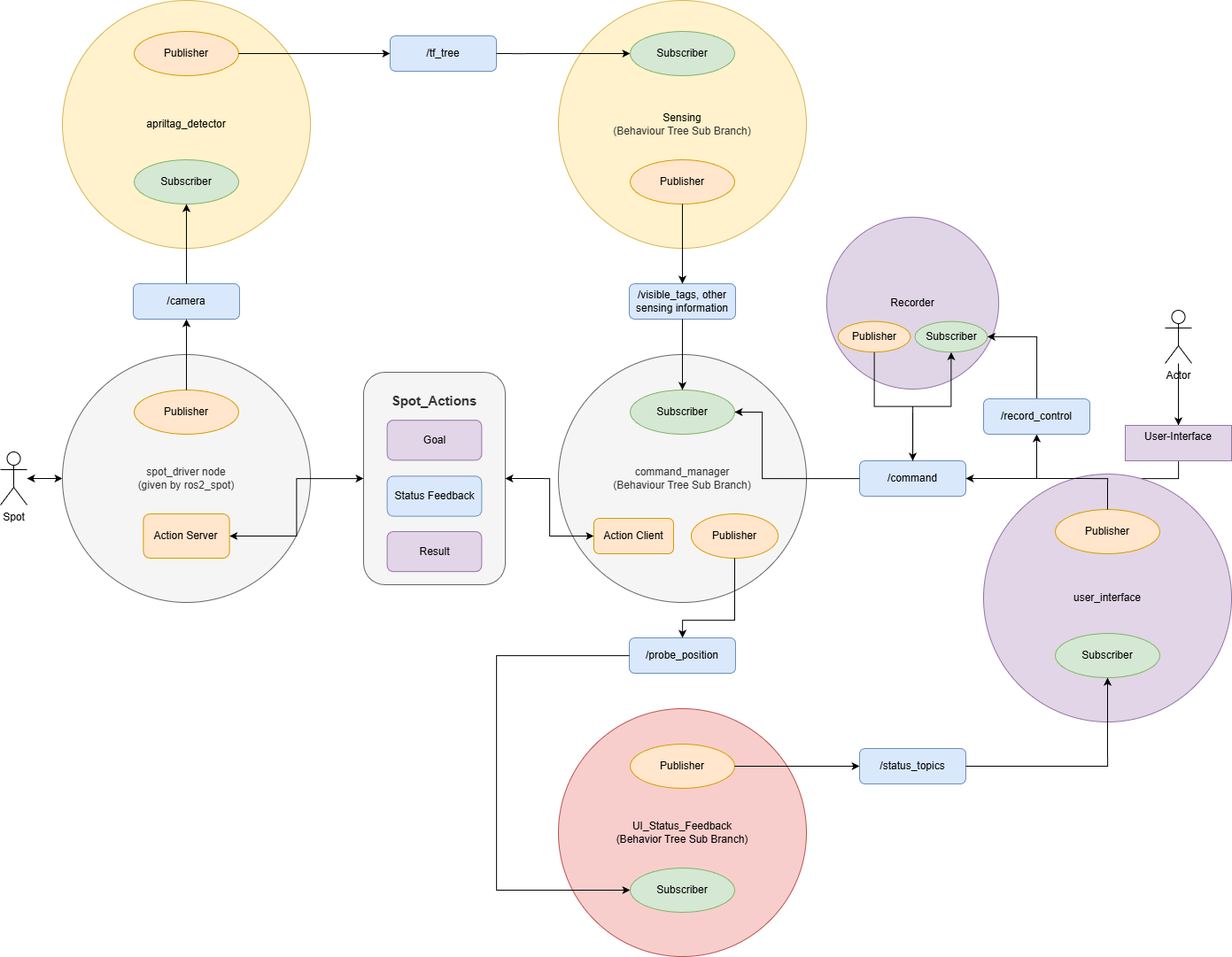
Before: documentation/images/System_Design/general_architecture.png, a diagram exported from draw.io (heini208/fault_detector_spot). Source tidied: cells renumbered, new cells last; positions are measured from the earlier drawing's top-left corner, leaving out a move shared by most shapes.
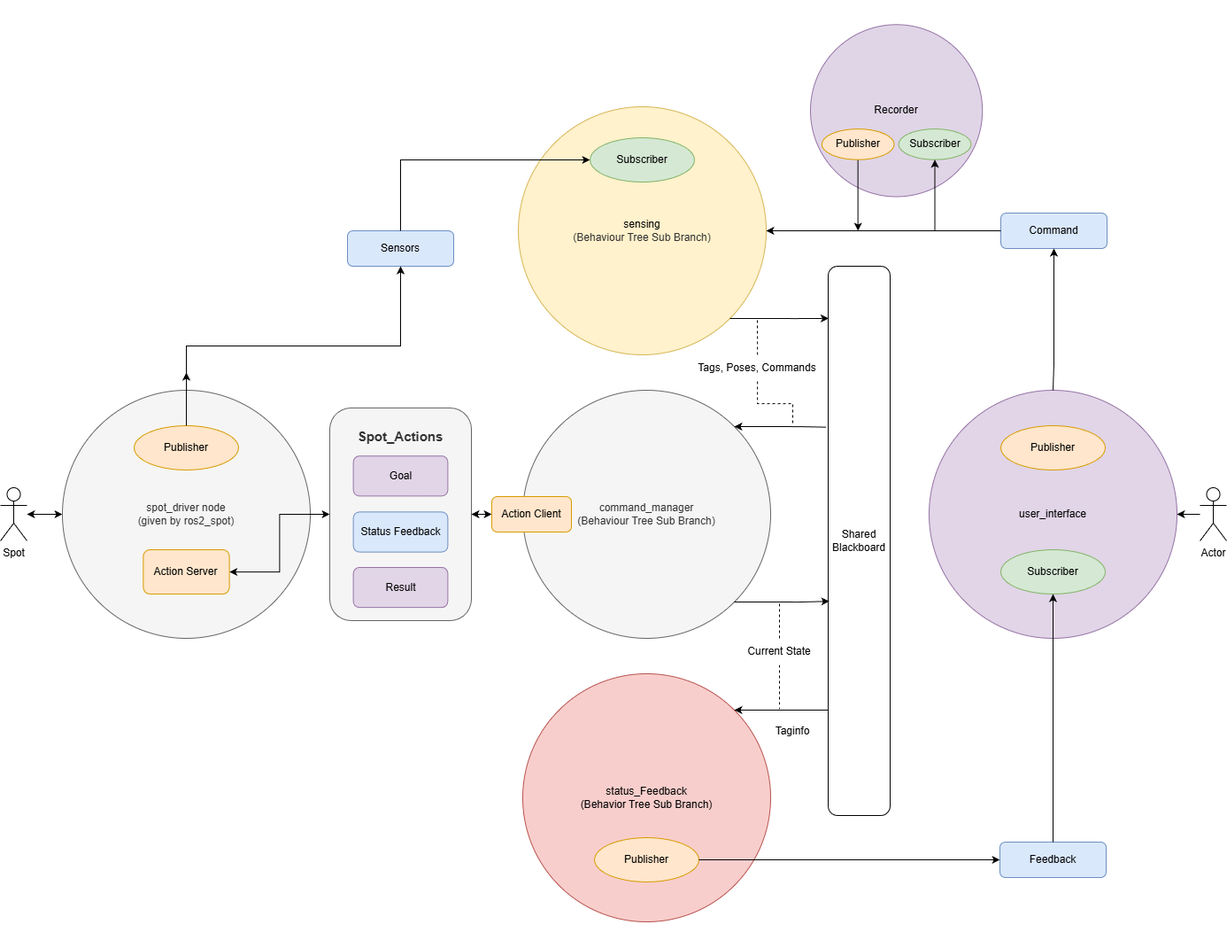
After the commit.

Change to the diagram source:
```diff
@@ -5,3 +5,3 @@
     <mxCell id="2" style="group;" parent="1" vertex="1">
-      <mxGeometry x="410" y="420" width="160" height="280" as="geometry" />
+      <mxGeometry x="427" y="400" width="160" height="280" as="geometry" />
     </mxCell>
@@ -26,33 +26,24 @@
     <mxCell id="9" value="Spot" style="shape=umlActor;verticalLabelPosition=bottom;verticalAlign=top;html=1;outlineConnect=0;" parent="1" vertex="1">
-      <mxGeometry y="510" width="30" height="60" as="geometry" />
+      <mxGeometry x="55" y="490" width="30" height="60" as="geometry" />
     </mxCell>
-    <mxCell id="10" value="/status_topics" style="rounded=1;whiteSpace=wrap;html=1;fillColor=#dae8fc;strokeColor=#6c8ebf;" parent="1" vertex="1">
-      <mxGeometry x="970" y="845" width="120" height="40" as="geometry" />
+    <mxCell id="10" value="Feedback" style="rounded=1;whiteSpace=wrap;html=1;fillColor=#dae8fc;strokeColor=#6c8ebf;" parent="1" vertex="1">
+      <mxGeometry x="1184" y="890" width="120" height="40" as="geometry" />
     </mxCell>
-    <mxCell id="11" value="/camera" style="rounded=1;whiteSpace=wrap;html=1;fillColor=#dae8fc;strokeColor=#6c8ebf;" parent="1" vertex="1">
-      <mxGeometry x="150" y="320" width="120" height="40" as="geometry" />
-    </mxCell>
-    <mxCell id="12" value="/tf_tree" style="rounded=1;whiteSpace=wrap;html=1;fillColor=#dae8fc;strokeColor=#6c8ebf;" parent="1" vertex="1">
-      <mxGeometry x="440" y="40" width="120" height="40" as="geometry" />
+    <mxCell id="12" value="Sensors" style="rounded=1;whiteSpace=wrap;html=1;fillColor=#dae8fc;strokeColor=#6c8ebf;" parent="1" vertex="1">
+      <mxGeometry x="447" y="200" width="120" height="40" as="geometry" />
     </mxCell>
-    <mxCell id="13" value="&lt;div&gt;/probe_position&lt;/div&gt;" style="rounded=1;whiteSpace=wrap;html=1;fillColor=#dae8fc;strokeColor=#6c8ebf;" parent="1" vertex="1">
-      <mxGeometry x="710" y="720" width="120" height="40" as="geometry" />
-    </mxCell>
+    <mxCell id="74" style="edgeStyle=orthogonalEdgeStyle;rounded=0;jettySize=auto;html=1;entryX=1;entryY=0.5;entryDx=0;entryDy=0;" parent="1" edge="1" source="14" target="30">
+      <mxGeometry relative="1" as="geometry" />
+    </mxCell>
-    <mxCell id="14" value="&lt;div&gt;/command&lt;/div&gt;" style="rounded=1;whiteSpace=wrap;html=1;fillColor=#dae8fc;strokeColor=#6c8ebf;" parent="1" vertex="1">
-      <mxGeometry x="970" y="520" width="120" height="40" as="geometry" />
+    <mxCell id="14" value="&lt;div&gt;Command&lt;/div&gt;" style="rounded=1;whiteSpace=wrap;html=1;fillColor=#dae8fc;strokeColor=#6c8ebf;" parent="1" vertex="1">
+      <mxGeometry x="1185" y="180" width="120" height="40" as="geometry" />
     </mxCell>
-    <mxCell id="15" style="edgeStyle=orthogonalEdgeStyle;rounded=0;jettySize=auto;html=1;entryX=0.5;entryY=0;entryDx=0;entryDy=0;" parent="1" edge="1" source="16" target="18">
-      <mxGeometry relative="1" as="geometry" />
-    </mxCell>
+    <mxCell id="75" style="edgeStyle=orthogonalEdgeStyle;rounded=0;jettySize=auto;html=1;" parent="1" edge="1" source="16" target="46">
+      <mxGeometry relative="1" as="geometry" />
+    </mxCell>
     <mxCell id="16" value="Actor" style="shape=umlActor;verticalLabelPosition=bottom;verticalAlign=top;html=1;outlineConnect=0;" parent="1" vertex="1">
-      <mxGeometry x="1315" y="350" width="30" height="60" as="geometry" />
+      <mxGeometry x="1410" y="490" width="30" height="60" as="geometry" />
     </mxCell>
-    <mxCell id="17" style="edgeStyle=orthogonalEdgeStyle;rounded=0;jettySize=auto;html=1;entryX=0.5;entryY=0;entryDx=0;entryDy=0;" parent="1" edge="1" source="18" target="46">
-      <mxGeometry relative="1" as="geometry" />
-    </mxCell>
-    <mxCell id="18" value="User-Interface&lt;div&gt;&lt;br&gt;&lt;/div&gt;" style="rounded=0;whiteSpace=wrap;html=1;fillColor=#e1d5e7;strokeColor=#9673a6;" parent="1" vertex="1">
-      <mxGeometry x="1270" y="480" width="120" height="40" as="geometry" />
-    </mxCell>
     <mxCell id="19" style="group;" parent="1" vertex="1">
-      <mxGeometry x="70" y="400" width="280" height="280" as="geometry" />
+      <mxGeometry x="125" y="380" width="280" height="280" as="geometry" />
     </mxCell>
@@ -67,24 +58,6 @@
     </mxCell>
-    <mxCell id="23" style="group;" parent="1" vertex="1">
-      <mxGeometry x="70" width="280" height="280" as="geometry" />
-    </mxCell>
-    <mxCell id="24" style="group;" parent="23" vertex="1">
-      <mxGeometry width="280" height="280" as="geometry" />
-    </mxCell>
-    <mxCell id="25" value="apriltag_detector" style="ellipse;whiteSpace=wrap;html=1;fillColor=#fff2cc;strokeColor=#d6b656;" parent="24" vertex="1">
-      <mxGeometry width="280" height="280" as="geometry" />
-    </mxCell>
-    <mxCell id="26" value="Publisher" style="ellipse;whiteSpace=wrap;html=1;fillColor=#ffe6cc;strokeColor=#d79b00;" parent="24" vertex="1">
-      <mxGeometry x="81" y="35" width="118" height="50" as="geometry" />
-    </mxCell>
-    <mxCell id="27" value="Subscriber" style="ellipse;whiteSpace=wrap;html=1;fillColor=#d5e8d4;strokeColor=#82b366;" parent="24" vertex="1">
-      <mxGeometry x="81" y="180" width="118" height="50" as="geometry" />
-    </mxCell>
-    <mxCell id="28" value="/visible_tags, other sensing information" style="rounded=1;whiteSpace=wrap;html=1;fillColor=#dae8fc;strokeColor=#6c8ebf;" parent="1" vertex="1">
-      <mxGeometry x="710" y="320" width="120" height="40" as="geometry" />
-    </mxCell>
     <mxCell id="29" style="group;" parent="1" vertex="1">
-      <mxGeometry x="630" width="280" height="280" as="geometry" />
+      <mxGeometry x="640" y="60" width="355" height="280" as="geometry" />
     </mxCell>
-    <mxCell id="30" value="Sensing&lt;div&gt;&lt;span style=&quot;color: rgb(51, 51, 51);&quot;&gt;(Behaviour Tree Sub Branch)&lt;/span&gt;&lt;/div&gt;" style="ellipse;whiteSpace=wrap;html=1;fillColor=#fff2cc;strokeColor=#d6b656;" parent="29" vertex="1">
+    <mxCell id="30" value="sensing&lt;div&gt;&lt;span style=&quot;color: rgb(51, 51, 51);&quot;&gt;(Behaviour Tree Sub Branch)&lt;/span&gt;&lt;/div&gt;" style="ellipse;whiteSpace=wrap;html=1;fillColor=#fff2cc;strokeColor=#d6b656;" parent="29" vertex="1">
       <mxGeometry width="280" height="280" as="geometry" />
@@ -94,10 +67,7 @@
     </mxCell>
-    <mxCell id="32" value="Publisher" style="ellipse;whiteSpace=wrap;html=1;fillColor=#ffe6cc;strokeColor=#d79b00;" parent="29" vertex="1">
-      <mxGeometry x="81" y="180" width="118" height="50" as="geometry" />
-    </mxCell>
     <mxCell id="33" style="group;" parent="1" vertex="1">
-      <mxGeometry x="635" y="400" width="280" height="280" as="geometry" />
+      <mxGeometry x="650" y="370" width="350" height="631" as="geometry" />
     </mxCell>
     <mxCell id="34" style="group;" parent="33" vertex="1">
-      <mxGeometry x="-5" width="280" height="280" as="geometry" />
+      <mxGeometry x="-5" y="10" width="355" height="621" as="geometry" />
     </mxCell>
@@ -106,18 +76,12 @@
     </mxCell>
-    <mxCell id="36" value="Subscriber" style="ellipse;whiteSpace=wrap;html=1;fillColor=#d5e8d4;strokeColor=#82b366;" parent="34" vertex="1">
-      <mxGeometry x="81" y="40" width="118" height="50" as="geometry" />
-    </mxCell>
-    <mxCell id="37" value="Publisher" style="ellipse;whiteSpace=wrap;html=1;fillColor=#ffe6cc;strokeColor=#d79b00;" parent="34" vertex="1">
-      <mxGeometry x="150" y="180" width="98" height="50" as="geometry" />
-    </mxCell>
     <mxCell id="38" value="Action Client" style="rounded=1;whiteSpace=wrap;html=1;fillColor=#ffe6cc;strokeColor=#d79b00;" parent="34" vertex="1">
-      <mxGeometry x="40" y="185" width="90" height="40" as="geometry" />
+      <mxGeometry x="-35" y="120" width="90" height="40" as="geometry" />
     </mxCell>
-    <mxCell id="39" style="group;" parent="1" vertex="1">
-      <mxGeometry x="630" y="800" width="280" height="280" as="geometry" />
+    <mxCell id="39" style="group;" parent="34" vertex="1">
+      <mxGeometry y="320" width="355" height="280" as="geometry" />
     </mxCell>
     <mxCell id="40" style="group;" parent="39" vertex="1">
-      <mxGeometry width="280" height="280" as="geometry" />
+      <mxGeometry width="355" height="280" as="geometry" />
     </mxCell>
-    <mxCell id="41" value="UI_Status_Feedback&lt;div&gt;(Behavior Tree Sub Branch)&lt;/div&gt;" style="ellipse;whiteSpace=wrap;html=1;fillColor=#f8cecc;strokeColor=#b85450;" parent="40" vertex="1">
+    <mxCell id="41" value="status_Feedback&lt;div&gt;(Behavior Tree Sub Branch)&lt;/div&gt;" style="ellipse;whiteSpace=wrap;html=1;fillColor=#f8cecc;strokeColor=#b85450;" parent="40" vertex="1">
       <mxGeometry width="280" height="280" as="geometry" />
@@ -125,9 +89,35 @@
     <mxCell id="42" value="Publisher" style="ellipse;whiteSpace=wrap;html=1;fillColor=#ffe6cc;strokeColor=#d79b00;" parent="40" vertex="1">
-      <mxGeometry x="81" y="40" width="118" height="50" as="geometry" />
+      <mxGeometry x="81" y="185" width="118" height="50" as="geometry" />
     </mxCell>
-    <mxCell id="43" value="Subscriber" style="ellipse;whiteSpace=wrap;html=1;fillColor=#d5e8d4;strokeColor=#82b366;" parent="40" vertex="1">
-      <mxGeometry x="81" y="180" width="118" height="50" as="geometry" />
-    </mxCell>
+    <mxCell id="76" value="Taginfo" style="text;html=1;whiteSpace=wrap;strokeColor=none;fillColor=none;align=center;verticalAlign=middle;rounded=0;" parent="40" vertex="1">
+      <mxGeometry x="275" y="50" width="60" height="30" as="geometry" />
+    </mxCell>
+    <mxCell id="77" style="edgeStyle=orthogonalEdgeStyle;rounded=0;jettySize=auto;html=1;exitX=0.5;exitY=0;exitDx=0;exitDy=0;dashed=1;endArrow=none;endFill=0;" parent="34" edge="1" source="79">
+      <mxGeometry relative="1" as="geometry">
+        <mxPoint x="290" y="240" as="targetPoint" />
+      </mxGeometry>
+    </mxCell>
+    <mxCell id="78" style="edgeStyle=orthogonalEdgeStyle;rounded=0;jettySize=auto;html=1;exitX=0.5;exitY=1;exitDx=0;exitDy=0;dashed=1;endArrow=none;endFill=0;" parent="34" edge="1" source="79">
+      <mxGeometry relative="1" as="geometry">
+        <mxPoint x="290" y="360" as="targetPoint" />
+      </mxGeometry>
+    </mxCell>
+    <mxCell id="79" value="Current State" style="text;html=1;whiteSpace=wrap;strokeColor=none;fillColor=none;align=center;verticalAlign=middle;rounded=0;" parent="34" vertex="1">
+      <mxGeometry x="245" y="280" width="90" height="30" as="geometry" />
+    </mxCell>
+    <mxCell id="80" style="edgeStyle=orthogonalEdgeStyle;rounded=0;jettySize=auto;html=1;dashed=1;endArrow=none;endFill=0;" parent="33" edge="1" source="82">
+      <mxGeometry relative="1" as="geometry">
+        <mxPoint x="260" y="-70" as="targetPoint" />
+      </mxGeometry>
+    </mxCell>
+    <mxCell id="81" style="edgeStyle=orthogonalEdgeStyle;rounded=0;jettySize=auto;html=1;dashed=1;endArrow=none;endFill=0;" parent="33" edge="1" source="82">
+      <mxGeometry relative="1" as="geometry">
+        <mxPoint x="300" y="50" as="targetPoint" />
+      </mxGeometry>
+    </mxCell>
+    <mxCell id="82" value="Tags, Poses, Commands" style="text;html=1;whiteSpace=wrap;strokeColor=none;fillColor=none;align=center;verticalAlign=middle;rounded=0;" parent="33" vertex="1">
+      <mxGeometry x="180" y="-30" width="160" height="30" as="geometry" />
+    </mxCell>
     <mxCell id="44" style="group;" parent="1" vertex="1">
-      <mxGeometry x="1110" y="535" width="280" height="280" as="geometry" />
+      <mxGeometry x="1104" y="380" width="280" height="280" as="geometry" />
     </mxCell>
@@ -145,17 +135,10 @@
     </mxCell>
-    <mxCell id="49" style="edgeStyle=orthogonalEdgeStyle;rounded=0;jettySize=auto;html=1;entryX=0.5;entryY=1;entryDx=0;entryDy=0;" parent="1" edge="1" source="22" target="11">
-      <mxGeometry relative="1" as="geometry" />
+    <mxCell id="49" style="edgeStyle=orthogonalEdgeStyle;rounded=0;jettySize=auto;html=1;entryX=0.5;entryY=1;entryDx=0;entryDy=0;" parent="1" edge="1" source="22">
+      <mxGeometry relative="1" as="geometry">
+        <mxPoint x="265" y="360" as="targetPoint" />
+      </mxGeometry>
     </mxCell>
-    <mxCell id="50" style="edgeStyle=orthogonalEdgeStyle;rounded=0;jettySize=auto;html=1;entryX=0.5;entryY=1;entryDx=0;entryDy=0;" parent="1" edge="1" source="11" target="27">
-      <mxGeometry relative="1" as="geometry" />
-    </mxCell>
-    <mxCell id="51" style="edgeStyle=orthogonalEdgeStyle;rounded=0;jettySize=auto;html=1;entryX=0;entryY=0.5;entryDx=0;entryDy=0;exitX=1;exitY=0.5;exitDx=0;exitDy=0;" parent="1" edge="1" source="26" target="12">
+    <mxCell id="51" style="edgeStyle=orthogonalEdgeStyle;rounded=0;jettySize=auto;html=1;entryX=0.5;entryY=1;entryDx=0;entryDy=0;exitX=0.5;exitY=0;exitDx=0;exitDy=0;" parent="1" edge="1" source="22" target="12">
       <mxGeometry relative="1" as="geometry" />
     </mxCell>
-    <mxCell id="52" style="edgeStyle=orthogonalEdgeStyle;rounded=0;jettySize=auto;html=1;entryX=0.5;entryY=0;entryDx=0;entryDy=0;" parent="1" edge="1" source="32" target="28">
-      <mxGeometry relative="1" as="geometry" />
-    </mxCell>
-    <mxCell id="53" style="edgeStyle=orthogonalEdgeStyle;rounded=0;jettySize=auto;html=1;entryX=0.5;entryY=0;entryDx=0;entryDy=0;" parent="1" edge="1" source="28" target="36">
-      <mxGeometry relative="1" as="geometry" />
-    </mxCell>
     <mxCell id="54" style="edgeStyle=orthogonalEdgeStyle;rounded=0;jettySize=auto;html=1;entryX=1;entryY=0.5;entryDx=0;entryDy=0;startArrow=classic;startFill=1;" parent="1" edge="1" source="38" target="4">
@@ -172,38 +155,6 @@
     </mxCell>
-    <mxCell id="58" style="edgeStyle=orthogonalEdgeStyle;rounded=0;jettySize=auto;html=1;entryX=1;entryY=0.5;entryDx=0;entryDy=0;" parent="1" edge="1" source="47" target="14">
-      <mxGeometry relative="1" as="geometry">
-        <Array as="points">
-          <mxPoint x="1250" y="540" />
-        </Array>
-      </mxGeometry>
-    </mxCell>
-    <mxCell id="59" style="edgeStyle=orthogonalEdgeStyle;rounded=0;jettySize=auto;html=1;entryX=1;entryY=0.5;entryDx=0;entryDy=0;" parent="1" edge="1" source="14" target="36">
-      <mxGeometry relative="1" as="geometry">
-        <Array as="points">
-          <mxPoint x="860" y="540" />
-          <mxPoint x="860" y="465" />
-        </Array>
-      </mxGeometry>
-    </mxCell>
-    <mxCell id="60" style="edgeStyle=orthogonalEdgeStyle;rounded=0;jettySize=auto;html=1;" parent="1" edge="1" source="37" target="13">
-      <mxGeometry relative="1" as="geometry">
-        <Array as="points">
-          <mxPoint x="829" y="700" />
-          <mxPoint x="770" y="700" />
-        </Array>
-      </mxGeometry>
-    </mxCell>
-    <mxCell id="61" style="edgeStyle=orthogonalEdgeStyle;rounded=0;jettySize=auto;html=1;entryX=0;entryY=0.5;entryDx=0;entryDy=0;" parent="1" edge="1" source="13" target="43">
-      <mxGeometry relative="1" as="geometry">
-        <Array as="points">
-          <mxPoint x="560" y="740" />
-          <mxPoint x="560" y="1005" />
-        </Array>
-      </mxGeometry>
-    </mxCell>
-    <mxCell id="62" style="edgeStyle=orthogonalEdgeStyle;rounded=0;jettySize=auto;html=1;entryX=0;entryY=0.5;entryDx=0;entryDy=0;exitX=1;exitY=0.5;exitDx=0;exitDy=0;" parent="1" edge="1" source="12" target="31">
+    <mxCell id="62" style="edgeStyle=orthogonalEdgeStyle;rounded=0;jettySize=auto;html=1;entryX=0;entryY=0.5;entryDx=0;entryDy=0;exitX=0.5;exitY=0;exitDx=0;exitDy=0;" parent="1" edge="1" source="12" target="31">
       <mxGeometry relative="1" as="geometry">
         <Array as="points">
-          <mxPoint x="580" y="60" />
-          <mxPoint x="580" y="60" />
+          <mxPoint x="507" y="120" />
         </Array>
@@ -212,3 +163,3 @@
     <mxCell id="63" style="group;" parent="1" vertex="1">
-      <mxGeometry x="932.9" y="217.5" width="194.2" height="222.5" as="geometry" />
+      <mxGeometry x="970" y="-60" width="194.2" height="222.5" as="geometry" />
     </mxCell>
@@ -223,2 +174,7 @@
     </mxCell>
+    <mxCell id="83" style="edgeStyle=orthogonalEdgeStyle;rounded=0;jettySize=auto;html=1;" parent="66" edge="1" source="67">
+      <mxGeometry relative="1" as="geometry">
+        <mxPoint x="40.9" y="152.9" as="targetPoint" />
+      </mxGeometry>
+    </mxCell>
     <mxCell id="67" value="Publisher" style="ellipse;whiteSpace=wrap;html=1;fillColor=#ffe6cc;strokeColor=#d79b00;" parent="66" vertex="1">
@@ -229,13 +185,10 @@
     </mxCell>
-    <mxCell id="69" style="edgeStyle=orthogonalEdgeStyle;rounded=0;jettySize=auto;html=1;endArrow=none;endFill=0;startArrow=classic;startFill=1;" parent="1" edge="1" source="71">
-      <mxGeometry relative="1" as="geometry">
-        <mxPoint x="1170" y="540" as="targetPoint" />
-      </mxGeometry>
-    </mxCell>
-    <mxCell id="70" style="edgeStyle=orthogonalEdgeStyle;rounded=0;jettySize=auto;html=1;entryX=1;entryY=0.5;entryDx=0;entryDy=0;" parent="1" edge="1" source="71" target="68">
-      <mxGeometry relative="1" as="geometry" />
-    </mxCell>
-    <mxCell id="71" value="&lt;div&gt;/record_control&lt;/div&gt;" style="rounded=1;whiteSpace=wrap;html=1;fillColor=#dae8fc;strokeColor=#6c8ebf;" parent="1" vertex="1">
-      <mxGeometry x="1110" y="450" width="120" height="40" as="geometry" />
-    </mxCell>
+    <mxCell id="84" style="edgeStyle=orthogonalEdgeStyle;rounded=0;jettySize=auto;html=1;entryX=0.5;entryY=1;entryDx=0;entryDy=0;" parent="1" edge="1" source="46" target="14">
+      <mxGeometry relative="1" as="geometry">
+        <Array as="points">
+          <mxPoint x="1245" y="350" />
+          <mxPoint x="1245" y="350" />
+        </Array>
+      </mxGeometry>
+    </mxCell>
     <mxCell id="72" style="edgeStyle=orthogonalEdgeStyle;rounded=0;jettySize=auto;html=1;entryX=0.5;entryY=1;entryDx=0;entryDy=0;" parent="1" edge="1" source="14" target="68">
@@ -243,5 +196,19 @@
     </mxCell>
-    <mxCell id="73" style="edgeStyle=orthogonalEdgeStyle;rounded=0;jettySize=auto;html=1;entryX=0.5;entryY=0;entryDx=0;entryDy=0;" parent="1" edge="1" source="67" target="14">
-      <mxGeometry relative="1" as="geometry" />
-    </mxCell>
+    <mxCell id="85" value="&lt;div&gt;Shared&lt;/div&gt;Blackboard" style="rounded=1;whiteSpace=wrap;html=1;" parent="1" vertex="1">
+      <mxGeometry x="990" y="240" width="70" height="620" as="geometry" />
+    </mxCell>
+    <mxCell id="86" style="edgeStyle=orthogonalEdgeStyle;rounded=0;jettySize=auto;html=1;exitX=1;exitY=1;exitDx=0;exitDy=0;entryX=0.007;entryY=0.095;entryDx=0;entryDy=0;entryPerimeter=0;" parent="1" edge="1" source="30" target="85">
+      <mxGeometry relative="1" as="geometry" />
+    </mxCell>
+    <mxCell id="87" style="edgeStyle=orthogonalEdgeStyle;rounded=0;jettySize=auto;html=1;exitX=1;exitY=0;exitDx=0;exitDy=0;entryX=-0.032;entryY=0.293;entryDx=0;entryDy=0;entryPerimeter=0;startArrow=classic;startFill=1;endArrow=none;endFill=0;" parent="1" edge="1" source="35" target="85">
+      <mxGeometry relative="1" as="geometry" />
+    </mxCell>
+    <mxCell id="88" style="edgeStyle=orthogonalEdgeStyle;rounded=0;jettySize=auto;html=1;exitX=1;exitY=1;exitDx=0;exitDy=0;entryX=0.017;entryY=0.61;entryDx=0;entryDy=0;entryPerimeter=0;" parent="1" edge="1" source="35" target="85">
+      <mxGeometry relative="1" as="geometry" />
+    </mxCell>
+    <mxCell id="89" style="edgeStyle=orthogonalEdgeStyle;rounded=0;jettySize=auto;html=1;exitX=1;exitY=0;exitDx=0;exitDy=0;endArrow=none;endFill=0;startArrow=classic;startFill=1;" parent="1" edge="1" source="41">
+      <mxGeometry relative="1" as="geometry">
+        <mxPoint x="990" y="741" as="targetPoint" />
+      </mxGeometry>
+    </mxCell>
   </root>
```
